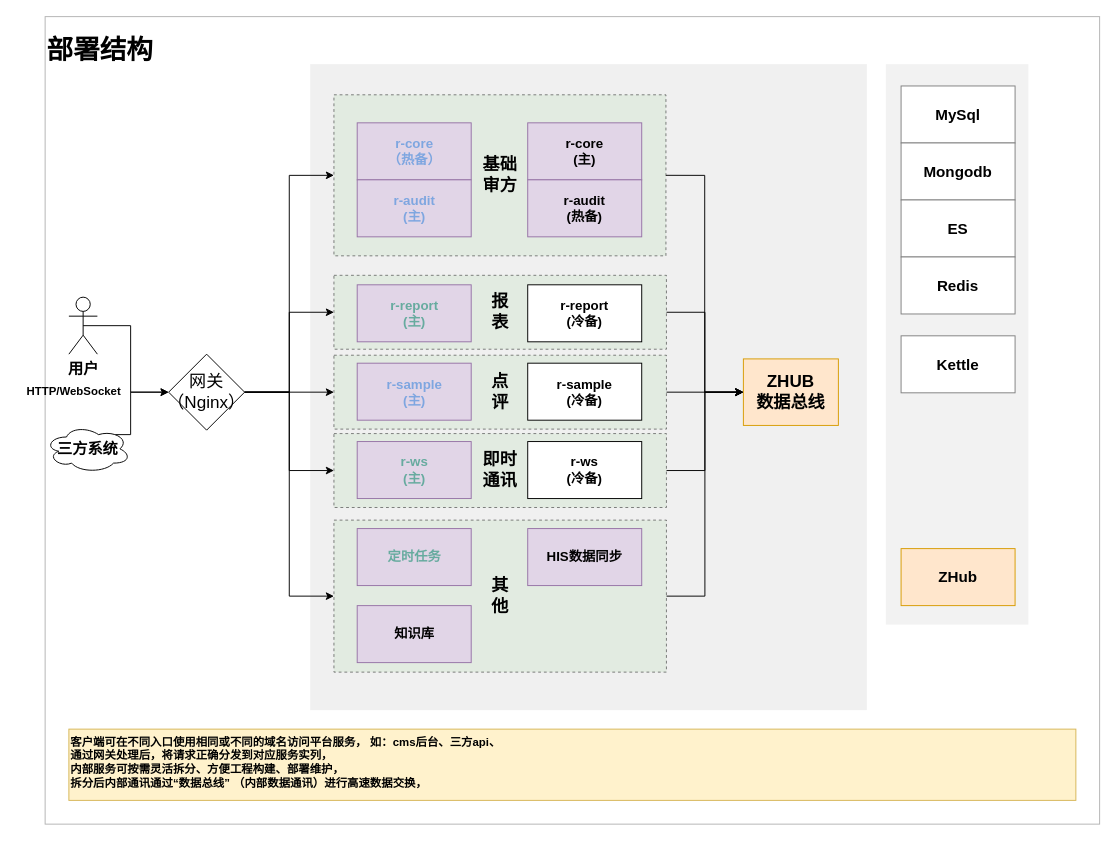
The draw.io diagram page "【部署架构】" (2 of 4) of 未命名绘图.drawio in tc608/dfile, before the edit. Source tidied: cells renumbered, new cells numbered last; positions are measured from the earlier drawing's top-left corner, leaving out a move shared by most shapes. Both pictures are drawn from the tidied source at 95%, with x=0, y=0 at pixel (16, 16).
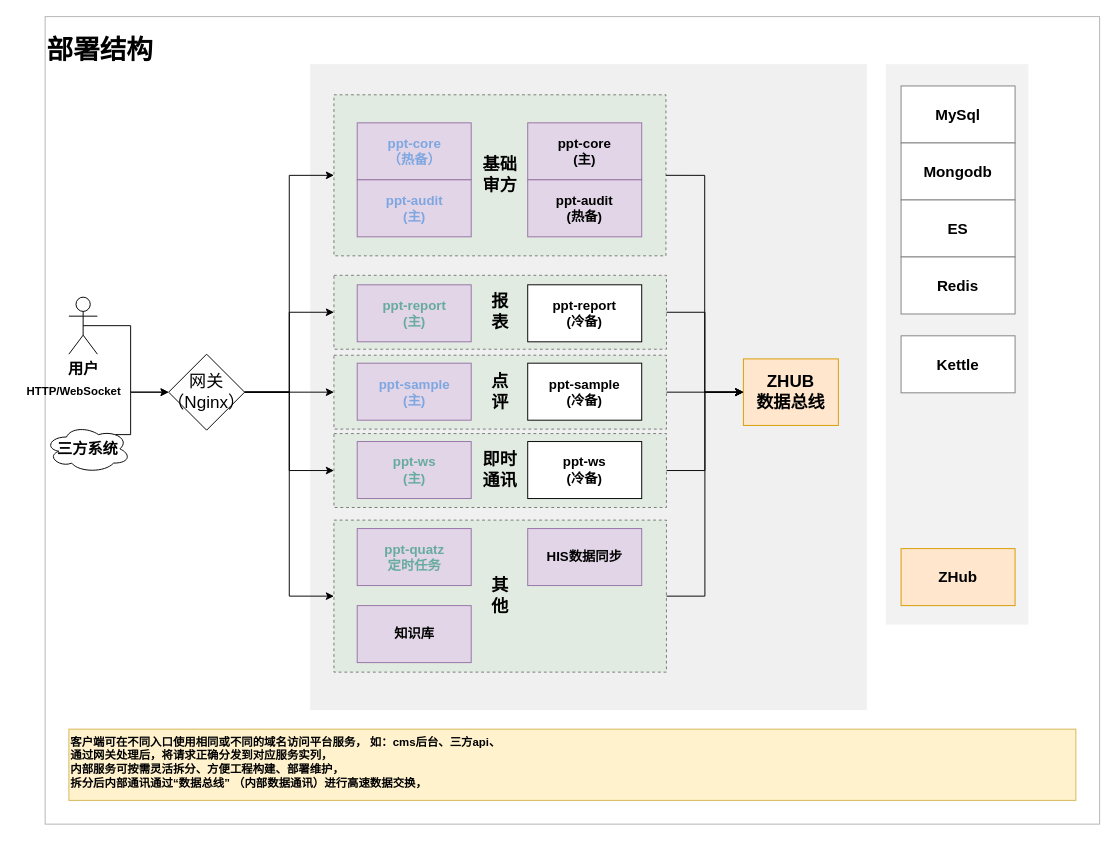
The same diagram, later.

The change refers to these unchanged cells:
```xml
<mxCell id="18" style="group;fontSize=18;" parent="1" vertex="1">
  <mxGeometry x="334" y="82.3" width="350" height="434.4" as="geometry" />
</mxCell>
```

The edit, as a diff of the source:
```diff
@@
-    <mxCell id="23" value="r-core&lt;br style=&quot;border-color: var(--border-color); font-size: 14px;&quot;&gt;（热备）" style="whiteSpace=wrap;html=1;fillColor=#e1d5e7;strokeColor=#9673a6;fontStyle=1;fontSize=14;fontColor=#7EA6E0;" parent="18" vertex="1">
+    <mxCell id="23" value="ppt-core&lt;br style=&quot;border-color: var(--border-color); font-size: 14px;&quot;&gt;（热备）" style="whiteSpace=wrap;html=1;fillColor=#e1d5e7;strokeColor=#9673a6;fontStyle=1;fontSize=14;fontColor=#7EA6E0;" parent="18" vertex="1">
       <mxGeometry x="24.5" y="29.5" width="120" height="60" as="geometry" />
     </mxCell>
-    <mxCell id="24" value="r-audit&lt;br style=&quot;border-color: var(--border-color); font-size: 14px;&quot;&gt;(主)" style="whiteSpace=wrap;html=1;fillColor=#e1d5e7;strokeColor=#9673a6;fontStyle=1;fontSize=14;fontColor=#7EA6E0;" parent="18" vertex="1">
+    <mxCell id="24" value="ppt-audit&lt;br style=&quot;border-color: var(--border-color); font-size: 14px;&quot;&gt;(主)" style="whiteSpace=wrap;html=1;fillColor=#e1d5e7;strokeColor=#9673a6;fontStyle=1;fontSize=14;fontColor=#7EA6E0;" parent="18" vertex="1">
       <mxGeometry x="24.5" y="89.5" width="120" height="60" as="geometry" />
     </mxCell>
-    <mxCell id="25" value="r-report&lt;br style=&quot;font-size: 14px;&quot;&gt;(主)" style="whiteSpace=wrap;html=1;fontStyle=1;fillColor=#e1d5e7;strokeColor=#9673a6;fontSize=14;fontColor=#67AB9F;" parent="18" vertex="1">
+    <mxCell id="25" value="ppt-report&lt;br style=&quot;font-size: 14px;&quot;&gt;(主)" style="whiteSpace=wrap;html=1;fontStyle=1;fillColor=#e1d5e7;strokeColor=#9673a6;fontSize=14;fontColor=#67AB9F;" parent="18" vertex="1">
       <mxGeometry x="24.5" y="200" width="120" height="60" as="geometry" />
     </mxCell>
-    <mxCell id="26" value="r-sample&lt;br style=&quot;border-color: var(--border-color); font-size: 14px;&quot;&gt;(主)" style="whiteSpace=wrap;html=1;fontStyle=1;fillColor=#e1d5e7;strokeColor=#9673a6;fontSize=14;fontColor=#7EA6E0;" parent="18" vertex="1">
+    <mxCell id="26" value="ppt-sample&lt;br style=&quot;border-color: var(--border-color); font-size: 14px;&quot;&gt;(主)" style="whiteSpace=wrap;html=1;fontStyle=1;fillColor=#e1d5e7;strokeColor=#9673a6;fontSize=14;fontColor=#7EA6E0;" parent="18" vertex="1">
       <mxGeometry x="24.5" y="282.5" width="120" height="60" as="geometry" />
     </mxCell>
-    <mxCell id="27" value="r-ws&lt;br style=&quot;font-size: 14px;&quot;&gt;(主)" style="whiteSpace=wrap;html=1;fontStyle=1;fillColor=#e1d5e7;strokeColor=#9673a6;fontSize=14;fontColor=#67AB9F;" parent="18" vertex="1">
+    <mxCell id="27" value="ppt-ws&lt;br style=&quot;font-size: 14px;&quot;&gt;(主)" style="whiteSpace=wrap;html=1;fontStyle=1;fillColor=#e1d5e7;strokeColor=#9673a6;fontSize=14;fontColor=#67AB9F;" parent="18" vertex="1">
       <mxGeometry x="24.5" y="365" width="120" height="60" as="geometry" />
     </mxCell>
-    <mxCell id="28" value="r-core&lt;br style=&quot;border-color: var(--border-color); font-size: 14px;&quot;&gt;(主)" style="whiteSpace=wrap;html=1;fillColor=#e1d5e7;strokeColor=#9673a6;fontStyle=1;fontSize=14;" parent="18" vertex="1">
+    <mxCell id="28" value="ppt-core&lt;br style=&quot;border-color: var(--border-color); font-size: 14px;&quot;&gt;(主)" style="whiteSpace=wrap;html=1;fillColor=#e1d5e7;strokeColor=#9673a6;fontStyle=1;fontSize=14;" parent="18" vertex="1">
       <mxGeometry x="204" y="29.5" width="120" height="60" as="geometry" />
     </mxCell>
-    <mxCell id="29" value="r-audit&lt;br style=&quot;border-color: var(--border-color); font-size: 14px;&quot;&gt;(热备)" style="whiteSpace=wrap;html=1;fillColor=#e1d5e7;strokeColor=#9673a6;fontStyle=1;fontSize=14;" parent="18" vertex="1">
+    <mxCell id="29" value="ppt-audit&lt;br style=&quot;border-color: var(--border-color); font-size: 14px;&quot;&gt;(热备)" style="whiteSpace=wrap;html=1;fillColor=#e1d5e7;strokeColor=#9673a6;fontStyle=1;fontSize=14;" parent="18" vertex="1">
       <mxGeometry x="204" y="89.5" width="120" height="60" as="geometry" />
     </mxCell>
-    <mxCell id="30" value="r-report&lt;br style=&quot;font-size: 14px;&quot;&gt;(冷备)" style="whiteSpace=wrap;html=1;fontStyle=1;fontSize=14;" parent="18" vertex="1">
+    <mxCell id="30" value="ppt-report&lt;br style=&quot;font-size: 14px;&quot;&gt;(冷备)" style="whiteSpace=wrap;html=1;fontStyle=1;fontSize=14;" parent="18" vertex="1">
       <mxGeometry x="204" y="200" width="120" height="60" as="geometry" />
     </mxCell>
-    <mxCell id="31" value="r-sample&lt;br style=&quot;border-color: var(--border-color); font-size: 14px;&quot;&gt;(冷备)" style="whiteSpace=wrap;html=1;fontStyle=1;fontSize=14;" parent="18" vertex="1">
+    <mxCell id="31" value="ppt-sample&lt;br style=&quot;border-color: var(--border-color); font-size: 14px;&quot;&gt;(冷备)" style="whiteSpace=wrap;html=1;fontStyle=1;fontSize=14;" parent="18" vertex="1">
       <mxGeometry x="204" y="282.5" width="120" height="60" as="geometry" />
     </mxCell>
-    <mxCell id="32" value="r-ws&lt;br style=&quot;font-size: 14px;&quot;&gt;(冷备)" style="whiteSpace=wrap;html=1;fontStyle=1;fontSize=14;" parent="18" vertex="1">
+    <mxCell id="32" value="ppt-ws&lt;br style=&quot;font-size: 14px;&quot;&gt;(冷备)" style="whiteSpace=wrap;html=1;fontStyle=1;fontSize=14;" parent="18" vertex="1">
       <mxGeometry x="204" y="365" width="120" height="60" as="geometry" />
     </mxCell>
@@
-    <mxCell id="35" value="定时任务" style="whiteSpace=wrap;html=1;fontStyle=1;fillColor=#e1d5e7;strokeColor=#9673a6;fontSize=14;fontColor=#67AB9F;" parent="1" vertex="1">
+    <mxCell id="35" value="ppt-quatz&lt;br&gt;定时任务" style="whiteSpace=wrap;html=1;fontStyle=1;fillColor=#e1d5e7;strokeColor=#9673a6;fontSize=14;fontColor=#67AB9F;" parent="1" vertex="1">
       <mxGeometry x="358.5" y="538.9" width="120" height="60" as="geometry" />
     </mxCell>
```
